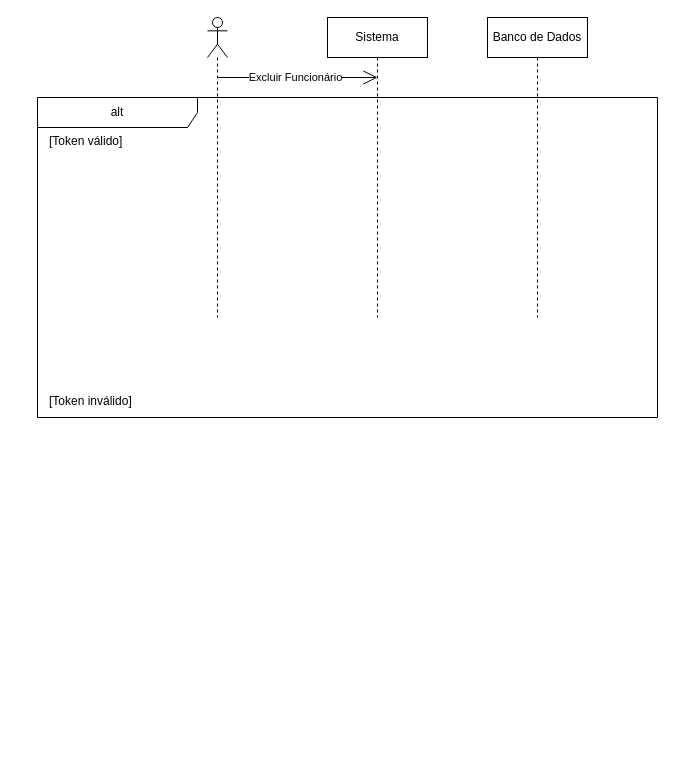
Before: page "Excluir Funcionário" (17 of 22) of diagramas/sequencias.drawio in lauraesilva-design/SistemaGest-o-Escolar, a draw.io diagram. Source tidied: cells renumbered, new cells numbered last; positions are measured from the earlier drawing's top-left corner, leaving out a move shared by most shapes. Both pictures are drawn from the tidied source at 100%, with x=0, y=0 at pixel (37, 17).
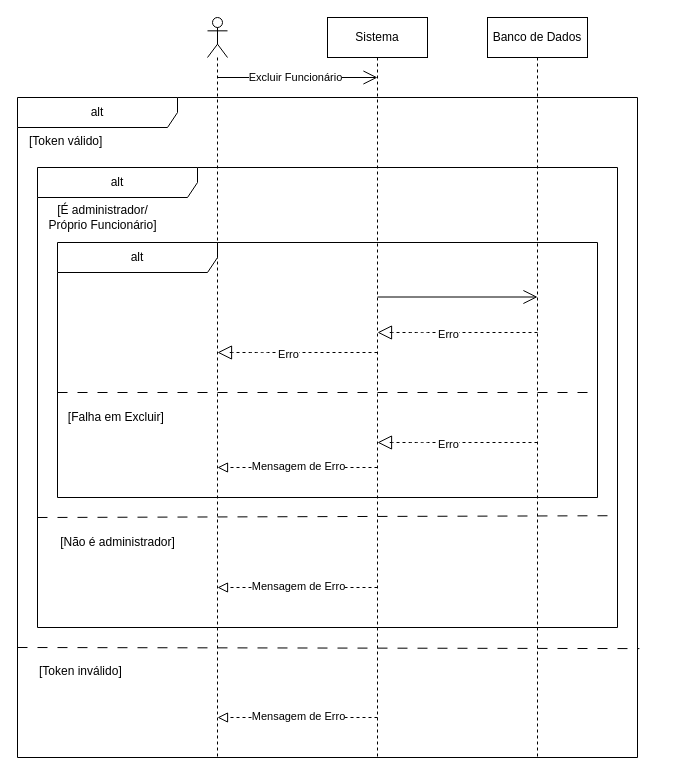
Above is the later version.

Change to the diagram source:
```diff
@@
     <mxCell id="2" style="shape=umlLifeline;perimeter=lifelinePerimeter;whiteSpace=wrap;html=1;newEdgeStyle={&quot;curved&quot;:0,&quot;rounded&quot;:0};participant=umlActor;" parent="1" vertex="1">
-      <mxGeometry x="170" width="20" height="300" as="geometry" />
+      <mxGeometry x="170" width="20" height="740" as="geometry" />
     </mxCell>
     <mxCell id="3" value="Sistema" style="shape=umlLifeline;perimeter=lifelinePerimeter;whiteSpace=wrap;html=1;newEdgeStyle={&quot;curved&quot;:0,&quot;rounded&quot;:0};" parent="1" vertex="1">
-      <mxGeometry x="290" width="100" height="300" as="geometry" />
+      <mxGeometry x="290" width="100" height="740" as="geometry" />
     </mxCell>
     <mxCell id="4" value="Banco de Dados" style="shape=umlLifeline;perimeter=lifelinePerimeter;whiteSpace=wrap;html=1;newEdgeStyle={&quot;curved&quot;:0,&quot;rounded&quot;:0};" parent="1" vertex="1">
-      <mxGeometry x="450" width="100" height="300" as="geometry" />
+      <mxGeometry x="450" width="100" height="740" as="geometry" />
     </mxCell>
@@
     <mxCell id="7" value="alt" style="shape=umlFrame;whiteSpace=wrap;html=1;width=160;" parent="1" vertex="1">
-      <mxGeometry y="80" width="620" height="320" as="geometry" />
+      <mxGeometry x="-20" y="80" width="620" height="660" as="geometry" />
     </mxCell>
@@
+    <mxCell id="10" value="alt" style="shape=umlFrame;whiteSpace=wrap;html=1;width=160;" parent="7" vertex="1">
+      <mxGeometry x="20" y="70" width="580" height="460" as="geometry" />
+    </mxCell>
+    <mxCell id="11" value="[É administrador/&lt;div&gt;Próprio Funcionário]&lt;/div&gt;" style="text;html=1;align=center;verticalAlign=middle;strokeColor=none;fillColor=none;" parent="10" vertex="1">
+      <mxGeometry y="30" width="130" height="40" as="geometry" />
+    </mxCell>
+    <mxCell id="12" value="alt" style="shape=umlFrame;whiteSpace=wrap;html=1;width=160;" parent="10" vertex="1">
+      <mxGeometry x="20" y="75" width="540" height="255" as="geometry" />
+    </mxCell>
+    <mxCell id="13" style="endArrow=open;endFill=1;endSize=12;html=1;" parent="12" edge="1">
+      <mxGeometry relative="1" as="geometry">
+        <mxPoint x="320" y="54.5" as="sourcePoint" />
+        <mxPoint x="480" y="54.5" as="targetPoint" />
+      </mxGeometry>
+    </mxCell>
+    <mxCell id="14" style="endArrow=block;dashed=1;endFill=0;endSize=12;html=1;" parent="12" edge="1">
+      <mxGeometry relative="1" as="geometry">
+        <mxPoint x="480" y="90" as="sourcePoint" />
+        <mxPoint x="320" y="90" as="targetPoint" />
+        <Array as="points">
+          <mxPoint x="430.5" y="90" />
+          <mxPoint x="380" y="90" />
+          <mxPoint x="360" y="90" />
+          <mxPoint x="340" y="90" />
+          <mxPoint x="330" y="90" />
+        </Array>
+      </mxGeometry>
+    </mxCell>
+    <mxCell id="15" value="Erro" style="edgeLabel;html=1;align=center;verticalAlign=middle;" parent="14" vertex="1">
+      <mxGeometry x="0.06" y="1" relative="1" as="geometry">
+        <mxPoint x="-5" as="offset" />
+      </mxGeometry>
+    </mxCell>
+    <mxCell id="16" style="endArrow=block;dashed=1;endFill=0;endSize=12;html=1;" parent="12" edge="1">
+      <mxGeometry relative="1" as="geometry">
+        <mxPoint x="320" y="110" as="sourcePoint" />
+        <mxPoint x="160" y="110" as="targetPoint" />
+        <Array as="points">
+          <mxPoint x="270.5" y="110" />
+          <mxPoint x="220" y="110" />
+          <mxPoint x="200" y="110" />
+          <mxPoint x="180" y="110" />
+          <mxPoint x="170" y="110" />
+        </Array>
+      </mxGeometry>
+    </mxCell>
+    <mxCell id="17" value="Erro" style="edgeLabel;html=1;align=center;verticalAlign=middle;" parent="16" vertex="1">
+      <mxGeometry x="0.06" y="1" relative="1" as="geometry">
+        <mxPoint x="-5" as="offset" />
+      </mxGeometry>
+    </mxCell>
+    <mxCell id="18" style="endArrow=none;startArrow=none;endFill=0;startFill=0;endSize=8;html=1;verticalAlign=bottom;dashed=1;labelBackgroundColor=none;dashPattern=10 10;" parent="12" edge="1">
+      <mxGeometry relative="1" as="geometry">
+        <mxPoint y="150" as="sourcePoint" />
+        <mxPoint x="540" y="150" as="targetPoint" />
+      </mxGeometry>
+    </mxCell>
+    <mxCell id="19" value="[Falha em Excluir]&amp;nbsp;" style="text;html=1;align=center;verticalAlign=middle;strokeColor=none;fillColor=none;" parent="12" vertex="1">
+      <mxGeometry y="160" width="120" height="30" as="geometry" />
+    </mxCell>
+    <mxCell id="20" style="endArrow=block;dashed=1;endFill=0;endSize=12;html=1;" parent="12" edge="1">
+      <mxGeometry relative="1" as="geometry">
+        <mxPoint x="480" y="200" as="sourcePoint" />
+        <mxPoint x="320" y="200" as="targetPoint" />
+        <Array as="points">
+          <mxPoint x="430.5" y="200" />
+          <mxPoint x="380" y="200" />
+          <mxPoint x="360" y="200" />
+          <mxPoint x="340" y="200" />
+          <mxPoint x="330" y="200" />
+        </Array>
+      </mxGeometry>
+    </mxCell>
+    <mxCell id="21" value="Erro" style="edgeLabel;html=1;align=center;verticalAlign=middle;" parent="20" vertex="1">
+      <mxGeometry x="0.06" y="1" relative="1" as="geometry">
+        <mxPoint x="-5" as="offset" />
+      </mxGeometry>
+    </mxCell>
+    <mxCell id="22" style="endArrow=block;startArrow=none;endFill=0;startFill=0;endSize=8;html=1;verticalAlign=bottom;dashed=1;labelBackgroundColor=none;" parent="12" edge="1">
+      <mxGeometry relative="1" as="geometry">
+        <mxPoint x="320" y="225" as="sourcePoint" />
+        <mxPoint x="160" y="225" as="targetPoint" />
+      </mxGeometry>
+    </mxCell>
+    <mxCell id="23" value="Mensagem de Erro" style="edgeLabel;html=1;align=center;verticalAlign=middle;" parent="22" vertex="1">
+      <mxGeometry relative="1" as="geometry">
+        <mxPoint y="-2" as="offset" />
+      </mxGeometry>
+    </mxCell>
+    <mxCell id="24" value="[Não é administrador]" style="text;html=1;align=center;verticalAlign=middle;strokeColor=none;fillColor=none;" parent="10" vertex="1">
+      <mxGeometry x="10" y="360" width="140" height="30" as="geometry" />
+    </mxCell>
+    <mxCell id="25" style="endArrow=none;startArrow=none;endFill=0;startFill=0;endSize=8;html=1;verticalAlign=bottom;dashed=1;labelBackgroundColor=none;dashPattern=10 10;entryX=0.995;entryY=0.757;entryDx=0;entryDy=0;entryPerimeter=0;" parent="10" edge="1" target="10">
+      <mxGeometry relative="1" as="geometry">
+        <mxPoint y="350" as="sourcePoint" />
+      </mxGeometry>
+    </mxCell>
+    <mxCell id="26" style="endArrow=block;startArrow=none;endFill=0;startFill=0;endSize=8;html=1;verticalAlign=bottom;dashed=1;labelBackgroundColor=none;" parent="10" edge="1">
+      <mxGeometry relative="1" as="geometry">
+        <mxPoint x="340" y="420" as="sourcePoint" />
+        <mxPoint x="180" y="420" as="targetPoint" />
+      </mxGeometry>
+    </mxCell>
+    <mxCell id="27" value="Mensagem de Erro" style="edgeLabel;html=1;align=center;verticalAlign=middle;" parent="26" vertex="1">
+      <mxGeometry relative="1" as="geometry">
+        <mxPoint y="-2" as="offset" />
+      </mxGeometry>
+    </mxCell>
     <mxCell id="9" value="[Token inválido]" style="text;html=1;" parent="7" vertex="1">
-      <mxGeometry x="10" y="290" width="160" height="20" as="geometry" />
+      <mxGeometry x="20" y="560" width="160" height="20" as="geometry" />
     </mxCell>
+    <mxCell id="28" style="endArrow=block;startArrow=none;endFill=0;startFill=0;endSize=8;html=1;verticalAlign=bottom;dashed=1;labelBackgroundColor=none;" parent="7" edge="1">
+      <mxGeometry relative="1" as="geometry">
+        <mxPoint x="360" y="620" as="sourcePoint" />
+        <mxPoint x="200" y="620" as="targetPoint" />
+      </mxGeometry>
+    </mxCell>
+    <mxCell id="29" value="Mensagem de Erro" style="edgeLabel;html=1;align=center;verticalAlign=middle;" parent="28" vertex="1">
+      <mxGeometry relative="1" as="geometry">
+        <mxPoint y="-2" as="offset" />
+      </mxGeometry>
+    </mxCell>
+    <mxCell id="30" style="endArrow=none;startArrow=none;endFill=0;startFill=0;endSize=8;html=1;verticalAlign=bottom;dashed=1;labelBackgroundColor=none;dashPattern=10 10;entryX=1.003;entryY=0.835;entryDx=0;entryDy=0;entryPerimeter=0;" parent="1" edge="1" target="7">
+      <mxGeometry relative="1" as="geometry">
+        <mxPoint x="-20" y="630" as="sourcePoint" />
+      </mxGeometry>
+    </mxCell>
```
